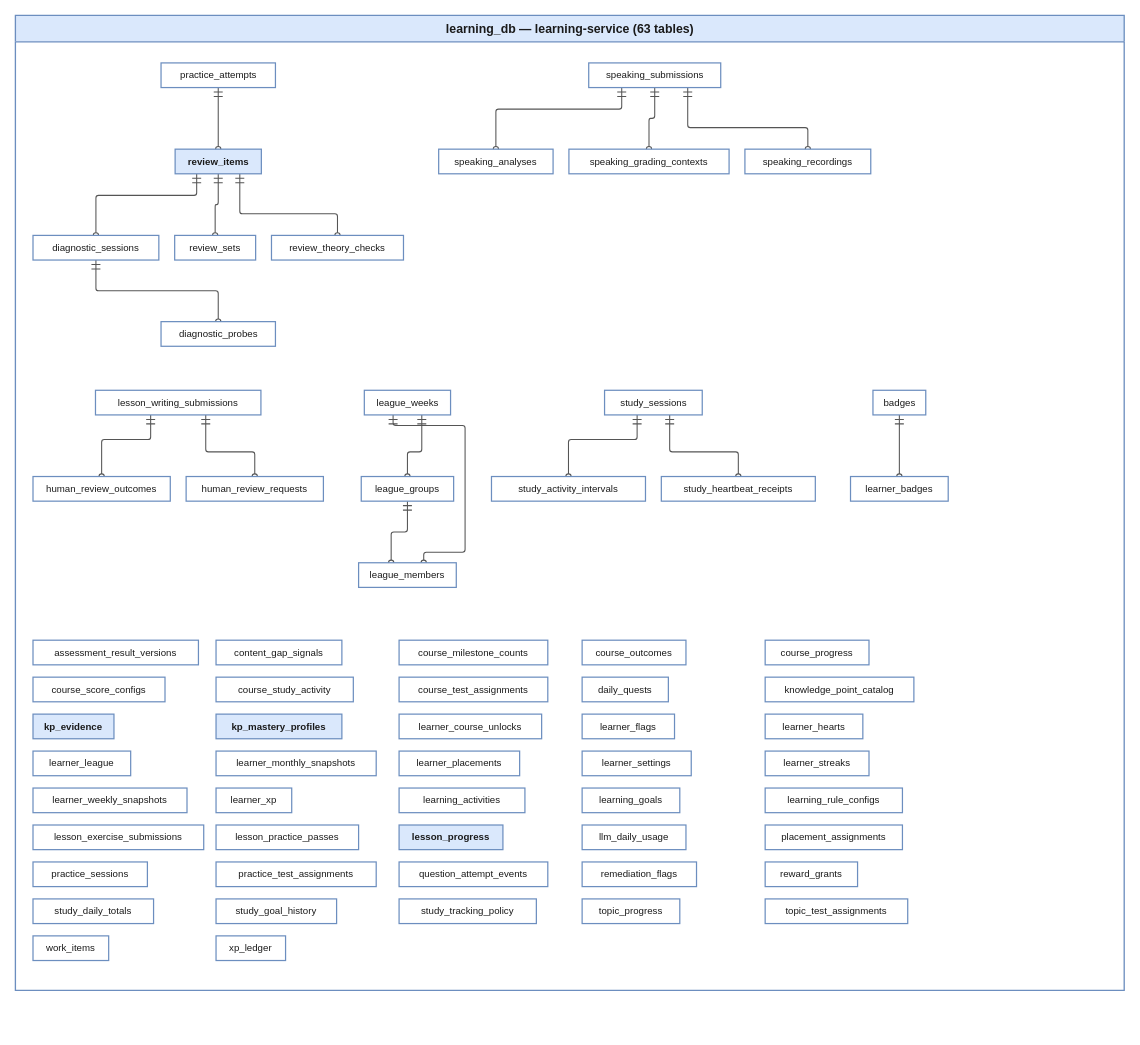
This is report-4-software-design-specification/diagrams/erd/er-all-learning.drawio from IeltsPath-Platform/report, a draw.io file, before an edit. Source tidied: cells renumbered, new cells numbered last; positions are measured from the earlier drawing's top-left corner, leaving out a move shared by most shapes. Both pictures are drawn from the tidied source at 88%, with x=0, y=0 at pixel (15, 15).
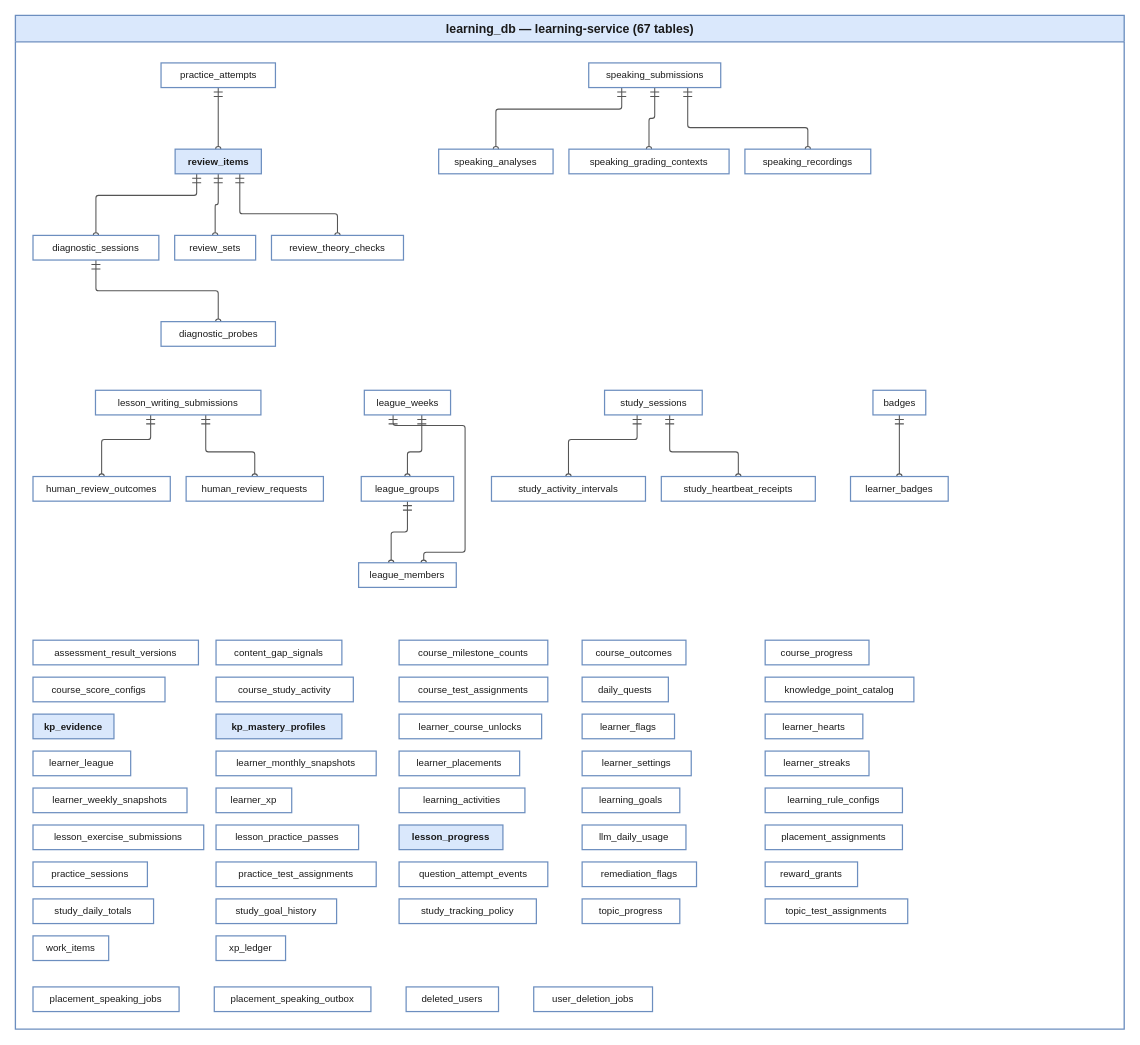
The same page after the edit.

The edit, as a diff of the source:
```diff
@@
-    <mxCell id="2" value="learning_db — learning-service (63 tables)" style="swimlane;startSize=30;fontSize=14;fontStyle=1;fontFamily=Helvetica;fontColor=#1a1a1a;fillColor=#dae8fc;strokeColor=#6c8ebf;swimlaneFillColor=#ffffff;strokeWidth=1.5;html=1;" parent="1" vertex="1">
-      <mxGeometry width="1260" height="1108" as="geometry" />
+    <mxCell id="2" value="learning_db — learning-service (67 tables)" style="swimlane;startSize=30;fontSize=14;fontStyle=1;fontFamily=Helvetica;fontColor=#1a1a1a;fillColor=#dae8fc;strokeColor=#6c8ebf;swimlaneFillColor=#ffffff;strokeWidth=1.5;html=1;" parent="1" vertex="1">
+      <mxGeometry width="1260" height="1152" as="geometry" />
     </mxCell>
@@
+    <mxCell id="82" value="placement_speaking_jobs" style="rounded=0;html=1;whiteSpace=wrap;fontSize=11;fontFamily=Helvetica;fontColor=#1a1a1a;fillColor=#ffffff;strokeColor=#6c8ebf;strokeWidth=1.4;fontStyle=0;" parent="1" vertex="1">
+      <mxGeometry x="20" y="1104" width="166" height="28" as="geometry" />
+    </mxCell>
+    <mxCell id="83" value="placement_speaking_outbox" style="rounded=0;html=1;whiteSpace=wrap;fontSize=11;fontFamily=Helvetica;fontColor=#1a1a1a;fillColor=#ffffff;strokeColor=#6c8ebf;strokeWidth=1.4;fontStyle=0;" parent="1" vertex="1">
+      <mxGeometry x="226" y="1104" width="178" height="28" as="geometry" />
+    </mxCell>
+    <mxCell id="84" value="deleted_users" style="rounded=0;html=1;whiteSpace=wrap;fontSize=11;fontFamily=Helvetica;fontColor=#1a1a1a;fillColor=#ffffff;strokeColor=#6c8ebf;strokeWidth=1.4;fontStyle=0;" parent="1" vertex="1">
+      <mxGeometry x="444" y="1104" width="105" height="28" as="geometry" />
+    </mxCell>
+    <mxCell id="85" value="user_deletion_jobs" style="rounded=0;html=1;whiteSpace=wrap;fontSize=11;fontFamily=Helvetica;fontColor=#1a1a1a;fillColor=#ffffff;strokeColor=#6c8ebf;strokeWidth=1.4;fontStyle=0;" parent="1" vertex="1">
+      <mxGeometry x="589" y="1104" width="135" height="28" as="geometry" />
+    </mxCell>
```
